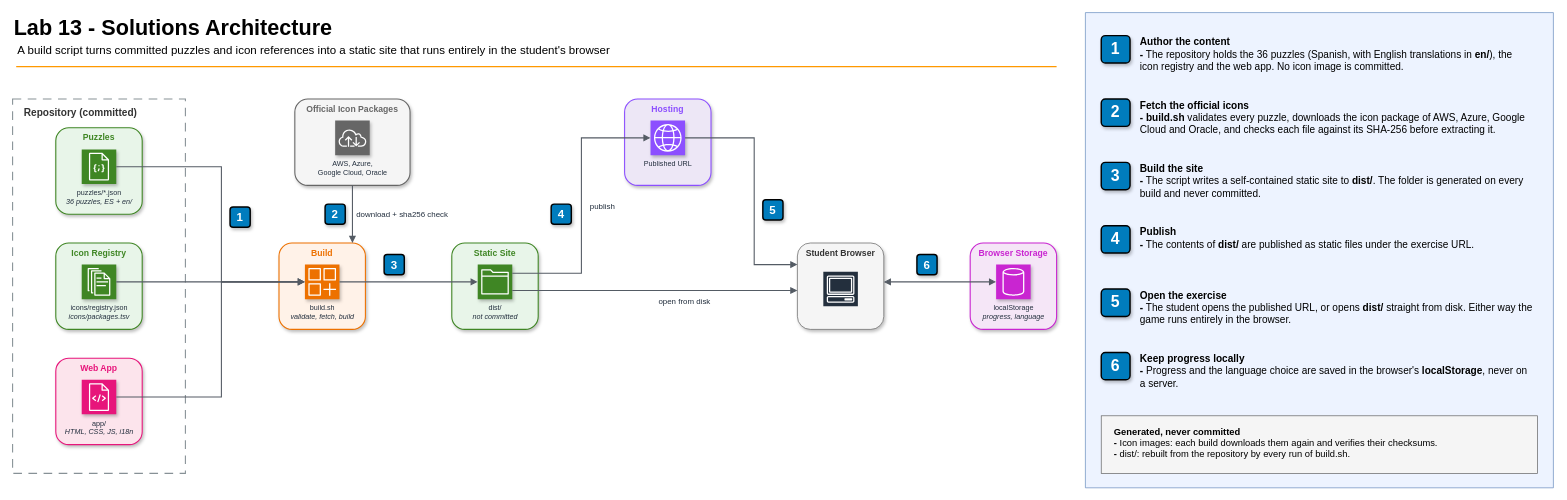
Before: 13-solutions-architecture/diagrams/lab13-architecture.drawio in gamaware/system-design-course, a draw.io diagram. Source tidied: cells renumbered, new cells numbered last; positions are measured from the earlier drawing's top-left corner, leaving out a move shared by most shapes. Both pictures are drawn from the tidied source at 72%, with x=0, y=0 at pixel (12, 12).
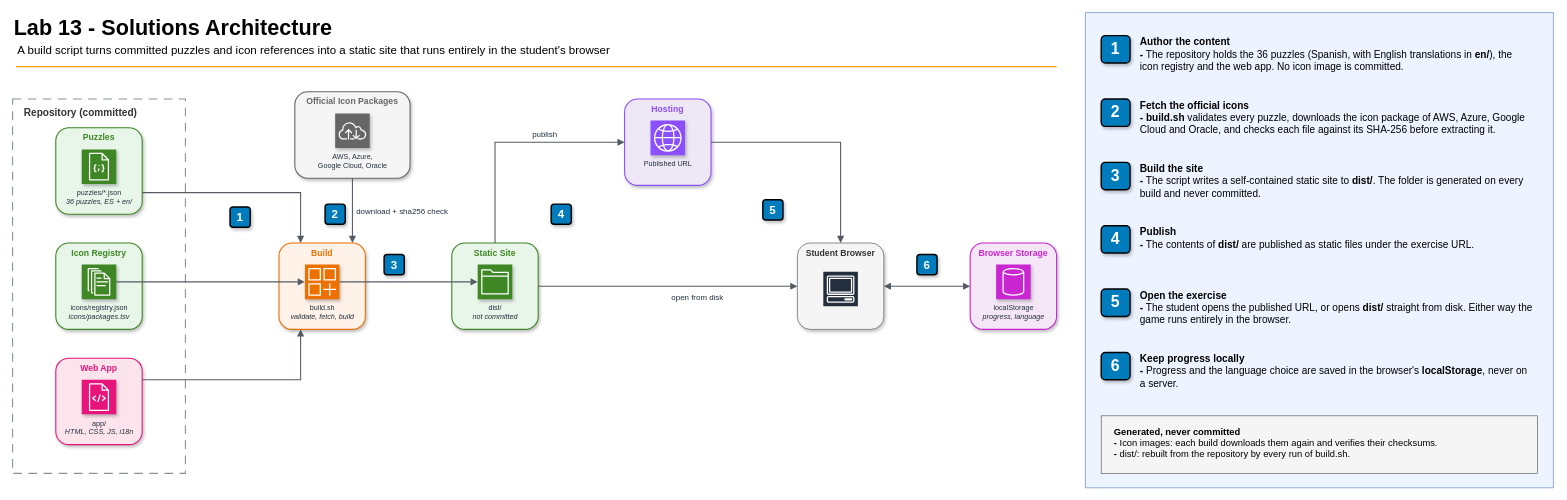
Above is the later version.

The change refers to these unchanged cells:
```xml
<mxCell id="7" value="Puzzles" style="rounded=1;html=1;whiteSpace=wrap;fillColor=#E8F5E9;strokeColor=#3F8624;verticalAlign=top;align=center;fontStyle=1;fontSize=12;fontColor=#3F8624;shadow=1;strokeWidth=1.5;fontFamily=Helvetica;" parent="1" vertex="1">
  <mxGeometry x="60" y="160" width="120" height="120" as="geometry" />
</mxCell>
<mxCell id="8" value="puzzles/*.json&lt;div&gt;&lt;i&gt;36 puzzles, ES + en/&lt;/i&gt;&lt;/div&gt;" style="sketch=0;points=[[0,0,0],[0.25,0,0],[0.5,0,0],[0.75,0,0],[1,0,0],[0,1,0],[0.25,1,0],[0.5,1,0],[0.75,1,0],[1,1,0],[0,0.25,0],[0,0.5,0],[0,0.75,0],[1,0.25,0],[1,0.5,0],[1,0.75,0]];outlineConnect=0;fontColor=#232F3E;fillColor=#3F8624;strokeColor=#ffffff;dashed=0;verticalLabelPosition=bottom;verticalAlign=top;align=center;html=1;fontSize=10;fontStyle=0;shape=mxgraph.aws4.resourceIcon;resIcon=mxgraph.aws4.json_script;shadow=1;fontFamily=Helvetica;" parent="7" vertex="1">
  <mxGeometry x="36" y="30" width="48" height="48" as="geometry" />
</mxCell>
<mxCell id="11" value="Web App" style="rounded=1;html=1;whiteSpace=wrap;fillColor=#FCE4EC;strokeColor=#E7157B;verticalAlign=top;align=center;fontStyle=1;fontSize=12;fontColor=#E7157B;shadow=1;strokeWidth=1.5;fontFamily=Helvetica;" parent="1" vertex="1">
  <mxGeometry x="60" y="480" width="120" height="120" as="geometry" />
</mxCell>
<mxCell id="12" value="app/&lt;div&gt;&lt;i&gt;HTML, CSS, JS, i18n&lt;/i&gt;&lt;/div&gt;" style="sketch=0;points=[[0,0,0],[0.25,0,0],[0.5,0,0],[0.75,0,0],[1,0,0],[0,1,0],[0.25,1,0],[0.5,1,0],[0.75,1,0],[1,1,0],[0,0.25,0],[0,0.5,0],[0,0.75,0],[1,0.25,0],[1,0.5,0],[1,0.75,0]];outlineConnect=0;fontColor=#232F3E;fillColor=#E7157B;strokeColor=#ffffff;dashed=0;verticalLabelPosition=bottom;verticalAlign=top;align=center;html=1;fontSize=10;fontStyle=0;shape=mxgraph.aws4.resourceIcon;resIcon=mxgraph.aws4.source_code;shadow=1;fontFamily=Helvetica;" parent="11" vertex="1">
  <mxGeometry x="36" y="30" width="48" height="48" as="geometry" />
</mxCell>
<mxCell id="15" value="Build" style="rounded=1;html=1;whiteSpace=wrap;fillColor=#FFF2E8;strokeColor=#ED7100;verticalAlign=top;align=center;fontStyle=1;fontSize=12;fontColor=#ED7100;shadow=1;strokeWidth=1.5;fontFamily=Helvetica;" parent="1" vertex="1">
  <mxGeometry x="370" y="320" width="120" height="120" as="geometry" />
</mxCell>
<mxCell id="16" value="build.sh&lt;div&gt;&lt;i&gt;validate, fetch, build&lt;/i&gt;&lt;/div&gt;" style="sketch=0;points=[[0,0,0],[0.25,0,0],[0.5,0,0],[0.75,0,0],[1,0,0],[0,1,0],[0.25,1,0],[0.5,1,0],[0.75,1,0],[1,1,0],[0,0.25,0],[0,0.5,0],[0,0.75,0],[1,0.25,0],[1,0.5,0],[1,0.75,0]];outlineConnect=0;fontColor=#232F3E;fillColor=#ED7100;strokeColor=#ffffff;dashed=0;verticalLabelPosition=bottom;verticalAlign=top;align=center;html=1;fontSize=10;fontStyle=0;shape=mxgraph.aws4.resourceIcon;resIcon=mxgraph.aws4.generic_application;shadow=1;fontFamily=Helvetica;" parent="15" vertex="1">
  <mxGeometry x="36" y="30" width="48" height="48" as="geometry" />
</mxCell>
<mxCell id="17" value="Static Site" style="rounded=1;html=1;whiteSpace=wrap;fillColor=#E8F5E9;strokeColor=#3F8624;verticalAlign=top;align=center;fontStyle=1;fontSize=12;fontColor=#3F8624;shadow=1;strokeWidth=1.5;fontFamily=Helvetica;" parent="1" vertex="1">
  <mxGeometry x="610" y="320" width="120" height="120" as="geometry" />
</mxCell>
<mxCell id="18" value="dist/&lt;div&gt;&lt;i&gt;not committed&lt;/i&gt;&lt;/div&gt;" style="sketch=0;points=[[0,0,0],[0.25,0,0],[0.5,0,0],[0.75,0,0],[1,0,0],[0,1,0],[0.25,1,0],[0.5,1,0],[0.75,1,0],[1,1,0],[0,0.25,0],[0,0.5,0],[0,0.75,0],[1,0.25,0],[1,0.5,0],[1,0.75,0]];outlineConnect=0;fontColor=#232F3E;fillColor=#3F8624;strokeColor=#ffffff;dashed=0;verticalLabelPosition=bottom;verticalAlign=top;align=center;html=1;fontSize=10;fontStyle=0;shape=mxgraph.aws4.resourceIcon;resIcon=mxgraph.aws4.folder;shadow=1;fontFamily=Helvetica;" parent="17" vertex="1">
  <mxGeometry x="36" y="30" width="48" height="48" as="geometry" />
</mxCell>
<mxCell id="19" value="Hosting" style="rounded=1;html=1;whiteSpace=wrap;fillColor=#EDE7F6;strokeColor=#8C4FFF;verticalAlign=top;align=center;fontStyle=1;fontSize=12;fontColor=#8C4FFF;shadow=1;strokeWidth=1.5;fontFamily=Helvetica;" parent="1" vertex="1">
  <mxGeometry x="850" y="120" width="120" height="120" as="geometry" />
</mxCell>
<mxCell id="20" value="Published URL" style="sketch=0;points=[[0,0,0],[0.25,0,0],[0.5,0,0],[0.75,0,0],[1,0,0],[0,1,0],[0.25,1,0],[0.5,1,0],[0.75,1,0],[1,1,0],[0,0.25,0],[0,0.5,0],[0,0.75,0],[1,0.25,0],[1,0.5,0],[1,0.75,0]];outlineConnect=0;fontColor=#232F3E;fillColor=#8C4FFF;strokeColor=#ffffff;dashed=0;verticalLabelPosition=bottom;verticalAlign=top;align=center;html=1;fontSize=10;fontStyle=0;shape=mxgraph.aws4.resourceIcon;resIcon=mxgraph.aws4.globe;shadow=1;fontFamily=Helvetica;" parent="19" vertex="1">
  <mxGeometry x="36" y="30" width="48" height="48" as="geometry" />
</mxCell>
<mxCell id="21" value="Student Browser" style="rounded=1;html=1;whiteSpace=wrap;fillColor=#f5f5f5;strokeColor=light-dark(#666666,#D4D4D4);verticalAlign=top;align=center;fontStyle=1;fontSize=12;fontColor=#333333;shadow=1;strokeWidth=1;fontFamily=Helvetica;" parent="1" vertex="1">
  <mxGeometry x="1090" y="320" width="120" height="120" as="geometry" />
</mxCell>
<mxCell id="23" value="Browser Storage" style="rounded=1;html=1;whiteSpace=wrap;fillColor=#F5E6F7;strokeColor=#C925D1;verticalAlign=top;align=center;fontStyle=1;fontSize=12;fontColor=#C925D1;shadow=1;strokeWidth=1.5;fontFamily=Helvetica;" parent="1" vertex="1">
  <mxGeometry x="1330" y="320" width="120" height="120" as="geometry" />
</mxCell>
<mxCell id="24" value="localStorage&lt;div&gt;&lt;i&gt;progress, language&lt;/i&gt;&lt;/div&gt;" style="sketch=0;points=[[0,0,0],[0.25,0,0],[0.5,0,0],[0.75,0,0],[1,0,0],[0,1,0],[0.25,1,0],[0.5,1,0],[0.75,1,0],[1,1,0],[0,0.25,0],[0,0.5,0],[0,0.75,0],[1,0.25,0],[1,0.5,0],[1,0.75,0]];outlineConnect=0;fontColor=#232F3E;fillColor=#C925D1;strokeColor=#ffffff;dashed=0;verticalLabelPosition=bottom;verticalAlign=top;align=center;html=1;fontSize=10;fontStyle=0;shape=mxgraph.aws4.resourceIcon;resIcon=mxgraph.aws4.generic_database;shadow=1;fontFamily=Helvetica;" parent="23" vertex="1">
  <mxGeometry x="36" y="30" width="48" height="48" as="geometry" />
</mxCell>
```

Diff of the diagram source:
```diff
@@
     <mxCell id="13" value="Official Icon Packages" style="rounded=1;html=1;whiteSpace=wrap;fillColor=#F5F5F5;strokeColor=#666666;verticalAlign=top;align=center;fontStyle=1;fontSize=12;fontColor=#666666;shadow=1;strokeWidth=1.5;fontFamily=Helvetica;" parent="1" vertex="1">
-      <mxGeometry x="392" y="120" width="160" height="120" as="geometry" />
+      <mxGeometry x="392" y="110" width="160" height="120" as="geometry" />
     </mxCell>
@@
-    <mxCell id="25" style="edgeStyle=orthogonalEdgeStyle;html=1;rounded=0;jettySize=auto;endArrow=block;endFill=1;strokeColor=#545B64;strokeWidth=1.5;fontFamily=Helvetica;exitX=1;exitY=0.5;exitDx=0;exitDy=0;entryX=0;entryY=0.5;entryDx=0;entryDy=0;startArrow=none;" parent="1" edge="1" source="8" target="16">
-      <mxGeometry relative="1" as="geometry">
-        <Array as="points">
-          <mxPoint x="290" y="214" />
-          <mxPoint x="290" y="374" />
-        </Array>
-      </mxGeometry>
+    <mxCell id="25" style="edgeStyle=orthogonalEdgeStyle;html=1;rounded=0;jettySize=auto;endArrow=block;endFill=1;strokeColor=#545B64;strokeWidth=1.5;fontFamily=Helvetica;exitX=1;exitY=0.75;exitDx=0;exitDy=0;entryX=0.25;entryY=0;entryDx=0;entryDy=0;startArrow=none;jumpStyle=arc;jumpSize=10;" parent="1" edge="1" source="7" target="15">
+      <mxGeometry relative="1" as="geometry" />
     </mxCell>
@@
-    <mxCell id="27" style="edgeStyle=orthogonalEdgeStyle;html=1;rounded=0;jettySize=auto;endArrow=block;endFill=1;strokeColor=#545B64;strokeWidth=1.5;fontFamily=Helvetica;exitX=1;exitY=0.5;exitDx=0;exitDy=0;entryX=0;entryY=0.5;entryDx=0;entryDy=0;startArrow=none;" parent="1" edge="1" source="12" target="16">
-      <mxGeometry relative="1" as="geometry">
-        <Array as="points">
-          <mxPoint x="290" y="534" />
-          <mxPoint x="290" y="374" />
-        </Array>
-      </mxGeometry>
+    <mxCell id="27" style="edgeStyle=orthogonalEdgeStyle;html=1;rounded=0;jettySize=auto;endArrow=block;endFill=1;strokeColor=#545B64;strokeWidth=1.5;fontFamily=Helvetica;exitX=1;exitY=0.25;exitDx=0;exitDy=0;entryX=0.25;entryY=1;entryDx=0;entryDy=0;startArrow=none;jumpStyle=arc;jumpSize=10;" parent="1" edge="1" source="11" target="15">
+      <mxGeometry relative="1" as="geometry" />
     </mxCell>
-    <mxCell id="28" style="edgeStyle=orthogonalEdgeStyle;html=1;rounded=0;jettySize=auto;endArrow=block;endFill=1;strokeColor=#545B64;strokeWidth=1.5;fontFamily=Helvetica;exitX=0.5;exitY=1;exitDx=0;exitDy=0;entryX=0.85;entryY=0;entryDx=0;entryDy=0;startArrow=none;" parent="1" edge="1" source="13" target="15">
+    <mxCell id="28" style="edgeStyle=orthogonalEdgeStyle;html=1;rounded=0;jettySize=auto;endArrow=block;endFill=1;strokeColor=#545B64;strokeWidth=1.5;fontFamily=Helvetica;exitX=0.5;exitY=1;exitDx=0;exitDy=0;entryX=0.85;entryY=0;entryDx=0;entryDy=0;startArrow=none;jumpStyle=arc;jumpSize=10;" parent="1" edge="1" source="13" target="15">
       <mxGeometry relative="1" as="geometry" />
     </mxCell>
-    <mxCell id="29" value="download + sha256 check" style="edgeLabel;html=1;align=center;verticalAlign=middle;labelBackgroundColor=none;fontSize=11;fontColor=light-dark(#232F3E,#F5F5F5);fontFamily=Helvetica;" parent="28" vertex="1">
+    <mxCell id="29" value="download + sha256 check" style="edgeLabel;html=1;align=center;verticalAlign=middle;labelBackgroundColor=default;fontSize=11;fontColor=light-dark(#232F3E,#F5F5F5);fontFamily=Helvetica;" parent="28" vertex="1">
       <mxGeometry relative="1" as="geometry">
         <mxPoint x="68" as="offset" />
       </mxGeometry>
     </mxCell>
@@
-    <mxCell id="31" style="edgeStyle=orthogonalEdgeStyle;html=1;rounded=0;jettySize=auto;endArrow=block;endFill=1;strokeColor=#545B64;strokeWidth=1.5;fontFamily=Helvetica;exitX=1;exitY=0.25;exitDx=0;exitDy=0;entryX=0;entryY=0.5;entryDx=0;entryDy=0;startArrow=none;" parent="1" edge="1" source="18" target="20">
-      <mxGeometry relative="1" as="geometry">
-        <Array as="points">
-          <mxPoint x="790" y="362" />
-          <mxPoint x="790" y="174" />
-        </Array>
-      </mxGeometry>
+    <mxCell id="31" style="edgeStyle=orthogonalEdgeStyle;html=1;rounded=0;jettySize=auto;endArrow=block;endFill=1;strokeColor=#545B64;strokeWidth=1.5;fontFamily=Helvetica;exitX=0.5;exitY=0;exitDx=0;exitDy=0;entryX=0;entryY=0.5;entryDx=0;entryDy=0;startArrow=none;jumpStyle=arc;jumpSize=10;" parent="1" edge="1" source="17" target="19">
+      <mxGeometry relative="1" as="geometry" />
     </mxCell>
-    <mxCell id="32" value="publish" style="edgeLabel;html=1;align=center;verticalAlign=middle;labelBackgroundColor=none;fontSize=11;fontColor=light-dark(#232F3E,#F5F5F5);fontFamily=Helvetica;" parent="31" vertex="1">
-      <mxGeometry relative="1" as="geometry">
-        <mxPoint x="28" as="offset" />
+    <mxCell id="32" value="publish" style="edgeLabel;html=1;align=center;verticalAlign=middle;labelBackgroundColor=default;fontSize=11;fontColor=light-dark(#232F3E,#F5F5F5);fontFamily=Helvetica;" parent="31" vertex="1">
+      <mxGeometry x="0.3" relative="1" as="geometry">
+        <mxPoint y="-12" as="offset" />
       </mxGeometry>
     </mxCell>
-    <mxCell id="33" style="edgeStyle=orthogonalEdgeStyle;html=1;rounded=0;jettySize=auto;endArrow=block;endFill=1;strokeColor=#545B64;strokeWidth=1.5;fontFamily=Helvetica;exitX=1;exitY=0.75;exitDx=0;exitDy=0;entryX=0;entryY=0.55;entryDx=0;entryDy=0;startArrow=none;" parent="1" edge="1" source="18" target="21">
+    <mxCell id="33" style="edgeStyle=orthogonalEdgeStyle;html=1;rounded=0;jettySize=auto;endArrow=block;endFill=1;strokeColor=#545B64;strokeWidth=1.5;fontFamily=Helvetica;exitX=1;exitY=0.5;exitDx=0;exitDy=0;entryX=0;entryY=0.5;entryDx=0;entryDy=0;startArrow=none;jumpStyle=arc;jumpSize=10;" parent="1" edge="1" source="17" target="21">
       <mxGeometry relative="1" as="geometry" />
     </mxCell>
-    <mxCell id="34" value="open from disk" style="edgeLabel;html=1;align=center;verticalAlign=middle;labelBackgroundColor=none;fontSize=11;fontColor=light-dark(#232F3E,#F5F5F5);fontFamily=Helvetica;" parent="33" vertex="1">
+    <mxCell id="34" value="open from disk" style="edgeLabel;html=1;align=center;verticalAlign=middle;labelBackgroundColor=default;fontSize=11;fontColor=light-dark(#232F3E,#F5F5F5);fontFamily=Helvetica;" parent="33" vertex="1">
       <mxGeometry relative="1" as="geometry">
         <mxPoint x="40" y="14" as="offset" />
       </mxGeometry>
     </mxCell>
-    <mxCell id="35" style="edgeStyle=orthogonalEdgeStyle;html=1;rounded=0;jettySize=auto;endArrow=block;endFill=1;strokeColor=#545B64;strokeWidth=1.5;fontFamily=Helvetica;exitX=1;exitY=0.5;exitDx=0;exitDy=0;entryX=0;entryY=0.25;entryDx=0;entryDy=0;startArrow=none;" parent="1" edge="1" source="20" target="21">
-      <mxGeometry relative="1" as="geometry">
-        <Array as="points">
-          <mxPoint x="1030" y="174" />
-          <mxPoint x="1030" y="350" />
-        </Array>
-      </mxGeometry>
+    <mxCell id="35" style="edgeStyle=orthogonalEdgeStyle;html=1;rounded=0;jettySize=auto;endArrow=block;endFill=1;strokeColor=#545B64;strokeWidth=1.5;fontFamily=Helvetica;exitX=1;exitY=0.5;exitDx=0;exitDy=0;entryX=0.5;entryY=0;entryDx=0;entryDy=0;startArrow=none;jumpStyle=arc;jumpSize=10;" parent="1" edge="1" source="19" target="21">
+      <mxGeometry relative="1" as="geometry" />
     </mxCell>
-    <mxCell id="36" style="edgeStyle=orthogonalEdgeStyle;html=1;rounded=0;jettySize=auto;endArrow=block;endFill=1;strokeColor=#545B64;strokeWidth=1.5;fontFamily=Helvetica;exitX=1;exitY=0.45;exitDx=0;exitDy=0;entryX=0;entryY=0.5;entryDx=0;entryDy=0;startArrow=block;startFill=1;" parent="1" edge="1" source="21" target="24">
+    <mxCell id="36" style="edgeStyle=orthogonalEdgeStyle;html=1;rounded=0;jettySize=auto;endArrow=block;endFill=1;strokeColor=#545B64;strokeWidth=1.5;fontFamily=Helvetica;exitX=1;exitY=0.5;exitDx=0;exitDy=0;entryX=0;entryY=0.5;entryDx=0;entryDy=0;startArrow=block;startFill=1;jumpStyle=arc;jumpSize=10;" parent="1" edge="1" source="21" target="23">
       <mxGeometry relative="1" as="geometry" />
     </mxCell>
```
